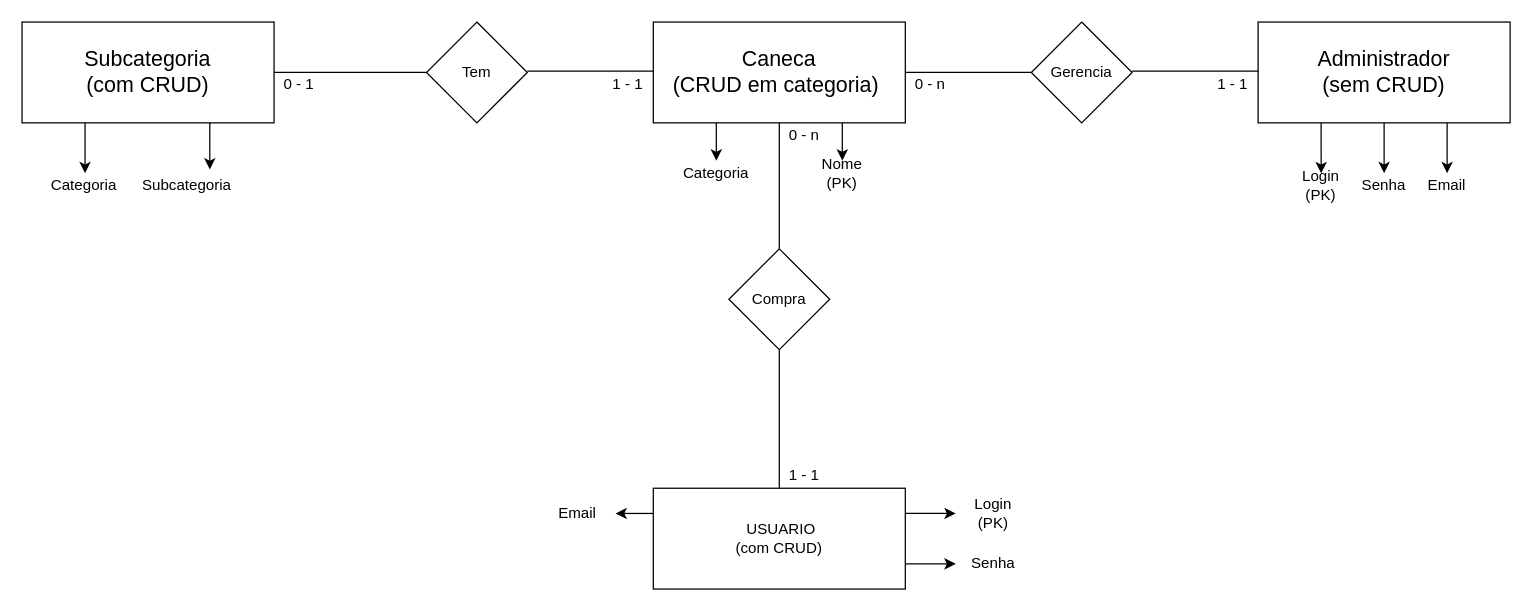
Before: page "Page-1" (1 of 2) of Untitled Diagram.drawio in caiotheodoro/projetoBD1, a draw.io diagram. Source tidied: cells renumbered, new cells numbered last; positions are measured from the earlier drawing's top-left corner, leaving out a move shared by most shapes. Both pictures are drawn from the tidied source at 126%, with x=0, y=0 at pixel (21, 21).
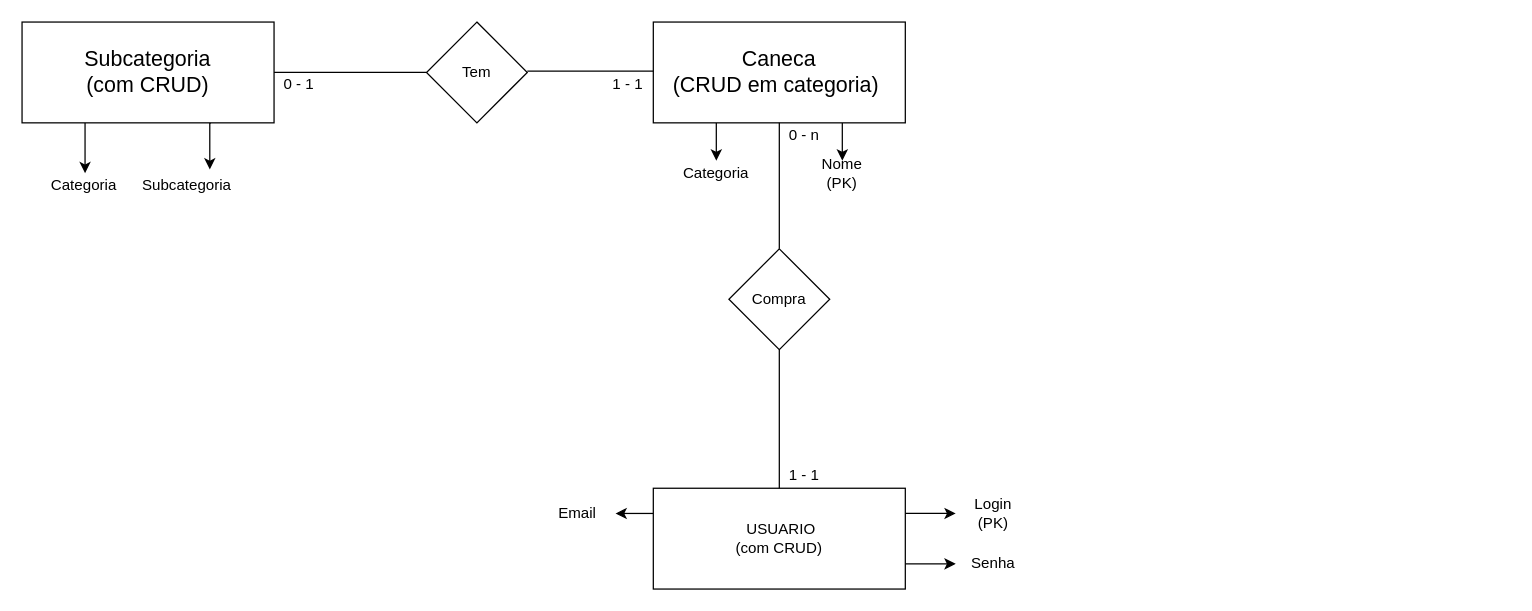
Above is the later version.

The change refers to these unchanged cells:
```xml
<mxCell id="4" value="&lt;span style=&quot;font-size: 17px&quot;&gt;Caneca&lt;br&gt;(CRUD em categoria)&amp;nbsp;&lt;/span&gt;" style="rounded=0;whiteSpace=wrap;html=1;" parent="1" vertex="1">
  <mxGeometry x="501" width="200" height="80" as="geometry" />
</mxCell>
```

The edit, as a diff of the source:
```diff
@@
-    <mxCell id="13" style="endArrow=none;html=1;entryX=1;entryY=0.5;entryDx=0;entryDy=0;" parent="1" edge="1" source="14" target="4">
-      <mxGeometry relative="1" as="geometry" />
-    </mxCell>
-    <mxCell id="14" value="Gerencia" style="rhombus;whiteSpace=wrap;html=1;" parent="1" vertex="1">
-      <mxGeometry x="801" width="80" height="80" as="geometry" />
-    </mxCell>
-    <mxCell id="15" style="endArrow=none;html=1;entryX=1;entryY=0.5;entryDx=0;entryDy=0;" parent="1" edge="1" target="14">
+    <mxCell id="15" style="endArrow=none;html=1;entryX=1;entryY=0.5;entryDx=0;entryDy=0;" parent="1" edge="1">
       <mxGeometry relative="1" as="geometry">
         <mxPoint x="881" y="40" as="sourcePoint" />
+        <mxPoint x="881" y="40" as="targetPoint" />
       </mxGeometry>
     </mxCell>
-    <mxCell id="16" style="edgeStyle=orthogonalEdgeStyle;rounded=0;jettySize=auto;html=1;exitX=0.25;exitY=1;exitDx=0;exitDy=0;" parent="1" edge="1" source="19">
-      <mxGeometry relative="1" as="geometry">
-        <mxPoint x="1031.1" y="120.1" as="targetPoint" />
-      </mxGeometry>
-    </mxCell>
-    <mxCell id="17" style="edgeStyle=orthogonalEdgeStyle;rounded=0;jettySize=auto;html=1;exitX=0.5;exitY=1;exitDx=0;exitDy=0;entryX=0.5;entryY=0;entryDx=0;entryDy=0;" parent="1" edge="1" source="19" target="41">
-      <mxGeometry relative="1" as="geometry" />
-    </mxCell>
-    <mxCell id="18" style="edgeStyle=orthogonalEdgeStyle;rounded=0;jettySize=auto;html=1;exitX=0.75;exitY=1;exitDx=0;exitDy=0;entryX=0.5;entryY=0;entryDx=0;entryDy=0;" parent="1" edge="1" source="19" target="42">
-      <mxGeometry relative="1" as="geometry" />
-    </mxCell>
-    <mxCell id="19" value="&lt;span style=&quot;font-size: 17px&quot;&gt;Administrador&lt;br&gt;(sem CRUD)&lt;br&gt;&lt;/span&gt;" style="rounded=0;whiteSpace=wrap;html=1;" parent="1" vertex="1">
-      <mxGeometry x="981" width="200" height="80" as="geometry" />
-    </mxCell>
-    <mxCell id="20" style="endArrow=none;html=1;entryX=1;entryY=0.5;entryDx=0;entryDy=0;" parent="1" edge="1">
-      <mxGeometry relative="1" as="geometry">
-        <mxPoint x="981" y="39" as="sourcePoint" />
-        <mxPoint x="881" y="39" as="targetPoint" />
-      </mxGeometry>
-    </mxCell>
@@
-    <mxCell id="22" value="0 - n" style="text;html=1;strokeColor=none;fillColor=none;align=center;verticalAlign=middle;whiteSpace=wrap;rounded=0;" parent="1" vertex="1">
-      <mxGeometry x="701" y="40" width="40" height="20" as="geometry" />
-    </mxCell>
-    <mxCell id="23" value="1 - 1" style="text;html=1;strokeColor=none;fillColor=none;align=center;verticalAlign=middle;whiteSpace=wrap;rounded=0;" parent="1" vertex="1">
-      <mxGeometry x="941" y="40" width="40" height="20" as="geometry" />
-    </mxCell>
@@
-    <mxCell id="40" value="Login (PK)" style="text;html=1;strokeColor=none;fillColor=none;align=center;verticalAlign=middle;whiteSpace=wrap;rounded=0;" parent="1" vertex="1">
-      <mxGeometry x="1011" y="120" width="40" height="20" as="geometry" />
-    </mxCell>
-    <mxCell id="41" value="Senha" style="text;html=1;strokeColor=none;fillColor=none;align=center;verticalAlign=middle;whiteSpace=wrap;rounded=0;" parent="1" vertex="1">
-      <mxGeometry x="1061" y="120" width="40" height="20" as="geometry" />
-    </mxCell>
-    <mxCell id="42" value="Email" style="text;html=1;strokeColor=none;fillColor=none;align=center;verticalAlign=middle;whiteSpace=wrap;rounded=0;" parent="1" vertex="1">
-      <mxGeometry x="1111" y="120" width="40" height="20" as="geometry" />
-    </mxCell>
```
